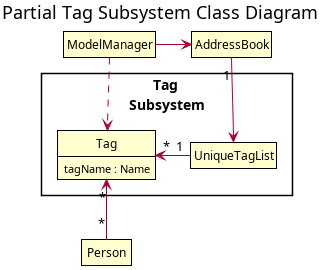
nus-cs2103-AY2122S2/tp keeps this PlantUML diagram as docs/images/TagModelClassDiagram.png. Above is the earlier version.
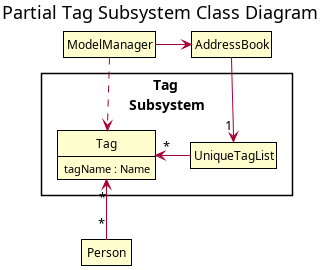
The same diagram one commit later.

Commit message:
Fix sequence diagram references

Change to the diagram source:
```diff
@@ -24,8 +24,8 @@
 
 ModelManager -> AddressBook
 ModelManager ..> Tag
-AddressBook "1" -down-> UniqueTagList
-UniqueTagList "1" -> "*" Tag
+AddressBook -down-> "1"UniqueTagList
+UniqueTagList -> "*" Tag
 Person "*" -up-> "*" Tag
 
 
```
